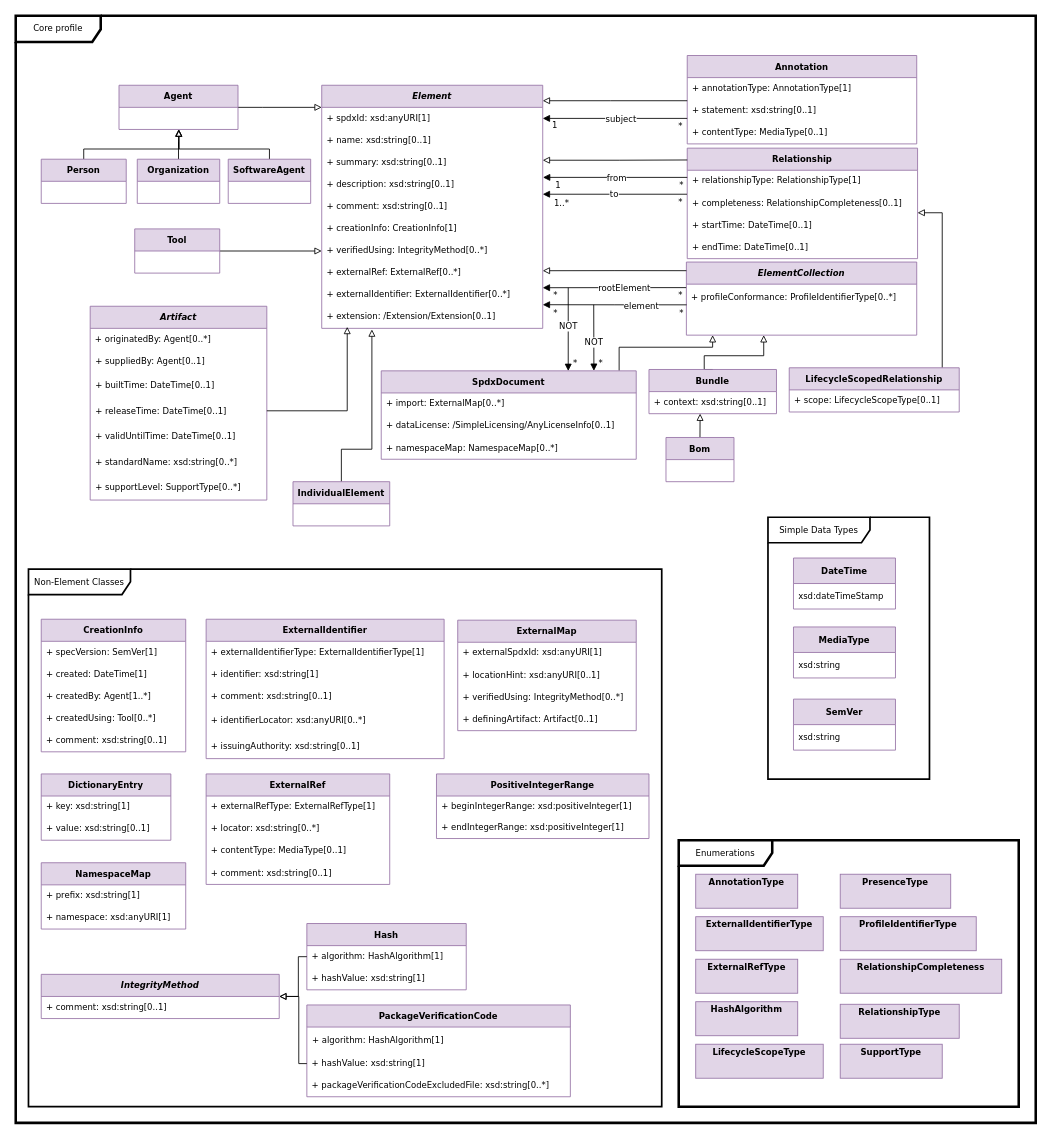
Before: page "Core" (1 of 9) of docs/model.drawio in spdx/spdx-3-model, a draw.io diagram. Source tidied: cells renumbered, new cells numbered last; positions are measured from the earlier drawing's top-left corner, leaving out a move shared by most shapes. Both pictures are drawn from the tidied source at 85%, with x=0, y=0 at pixel (15, 15).
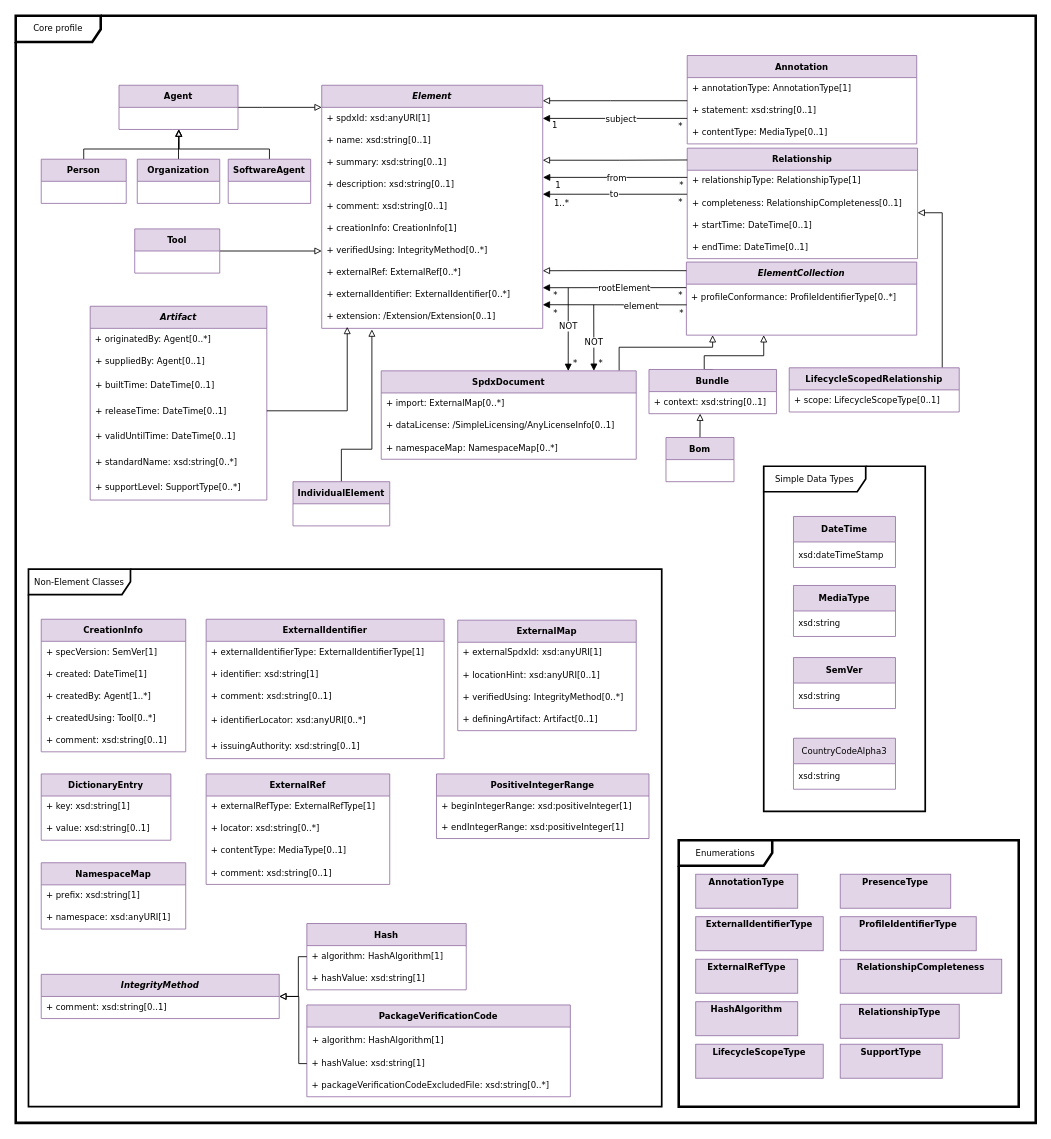
Above is the later version.

Change to the diagram source:
```diff
@@
     <mxCell id="3" value="Simple Data Types" style="shape=umlFrame;whiteSpace=wrap;html=1;width=120;height=30;strokeWidth=2;fontFamily=Verdana;fontSize=10;fontStyle=0;" parent="1" vertex="1">
-      <mxGeometry x="885" y="590" width="190" height="308" as="geometry" />
+      <mxGeometry x="880" y="530" width="190" height="406" as="geometry" />
     </mxCell>
@@
     <mxCell id="143" value="&lt;b&gt;SemVer&lt;/b&gt;" style="swimlane;fontStyle=0;horizontal=1;startSize=30;whiteSpace=wrap;html=1;fontFamily=Verdana;fontSize=10;fillColor=#e1d5e7;strokeColor=#9673a6;" parent="1" vertex="1">
-      <mxGeometry x="915" y="804" width="120" height="60" as="geometry" />
+      <mxGeometry x="915" y="755.1" width="120" height="60" as="geometry" />
     </mxCell>
@@
     <mxCell id="145" value="&lt;b&gt;MediaType&lt;/b&gt;" style="swimlane;fontStyle=0;horizontal=1;startSize=30;whiteSpace=wrap;html=1;fontFamily=Verdana;fontSize=10;fillColor=#e1d5e7;strokeColor=#9673a6;" parent="1" vertex="1">
-      <mxGeometry x="915" y="719.1" width="120" height="60" as="geometry" />
+      <mxGeometry x="915" y="670.3" width="120" height="60" as="geometry" />
     </mxCell>
@@
     <mxCell id="147" value="&lt;b&gt;DateTime&lt;/b&gt;" style="swimlane;fontStyle=0;horizontal=1;startSize=30;whiteSpace=wrap;html=1;fontFamily=Verdana;fontSize=10;fillColor=#e1d5e7;strokeColor=#9673a6;" parent="1" vertex="1">
-      <mxGeometry x="915" y="638" width="120" height="60" as="geometry" />
+      <mxGeometry x="915" y="589.1" width="120" height="60" as="geometry" />
     </mxCell>
@@
+    <mxCell id="151" value="&lt;span style=&quot;text-align: left;&quot;&gt;CountryCodeAlpha3&lt;/span&gt;" style="swimlane;fontStyle=0;horizontal=1;startSize=30;whiteSpace=wrap;html=1;fontFamily=Verdana;fontSize=10;fillColor=#e1d5e7;strokeColor=#9673a6;" parent="1" vertex="1">
+      <mxGeometry x="915" y="850" width="120" height="60" as="geometry" />
+    </mxCell>
+    <mxCell id="152" value="xsd:string" style="text;strokeColor=none;fillColor=none;align=left;verticalAlign=middle;spacingLeft=4;spacingRight=4;overflow=hidden;whiteSpace=wrap;html=1;fontFamily=Verdana;fontSize=10;" parent="151" vertex="1">
+      <mxGeometry y="30" width="120" height="30" as="geometry" />
+    </mxCell>
```
